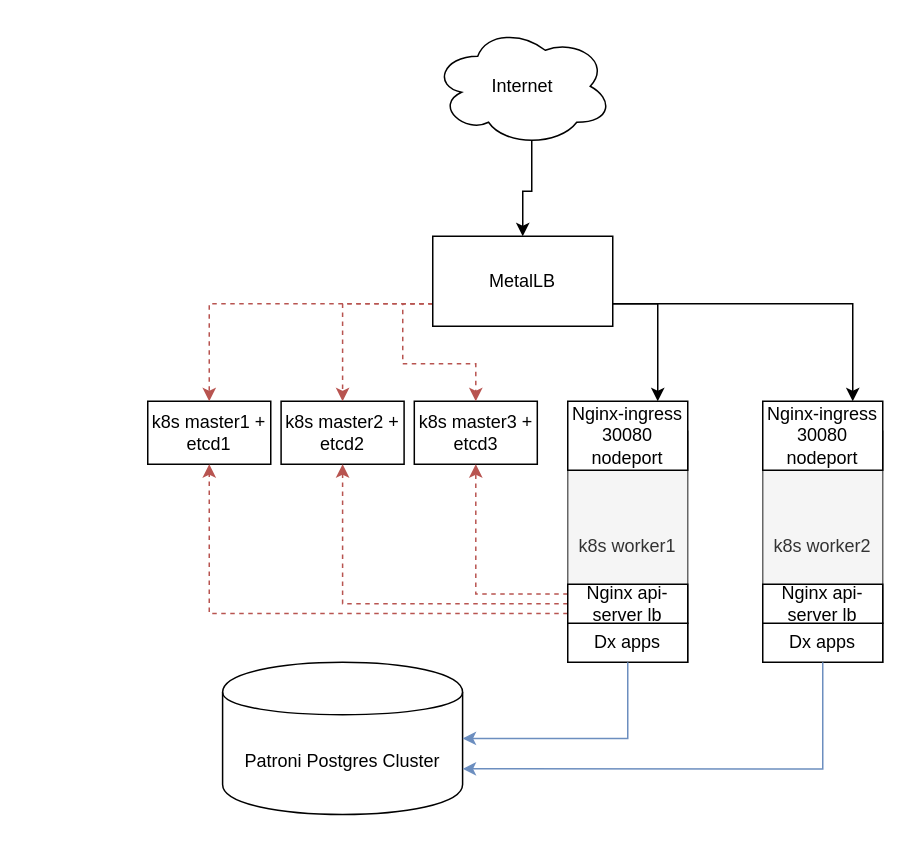
The draw.io diagram Future.drawio in kpbll/draw.io, before the edit. Source tidied: cells renumbered, new cells numbered last; positions are measured from the earlier drawing's top-left corner, leaving out a move shared by most shapes. Both pictures are drawn from the tidied source at 150%, with x=0, y=0 at pixel (147, 26).
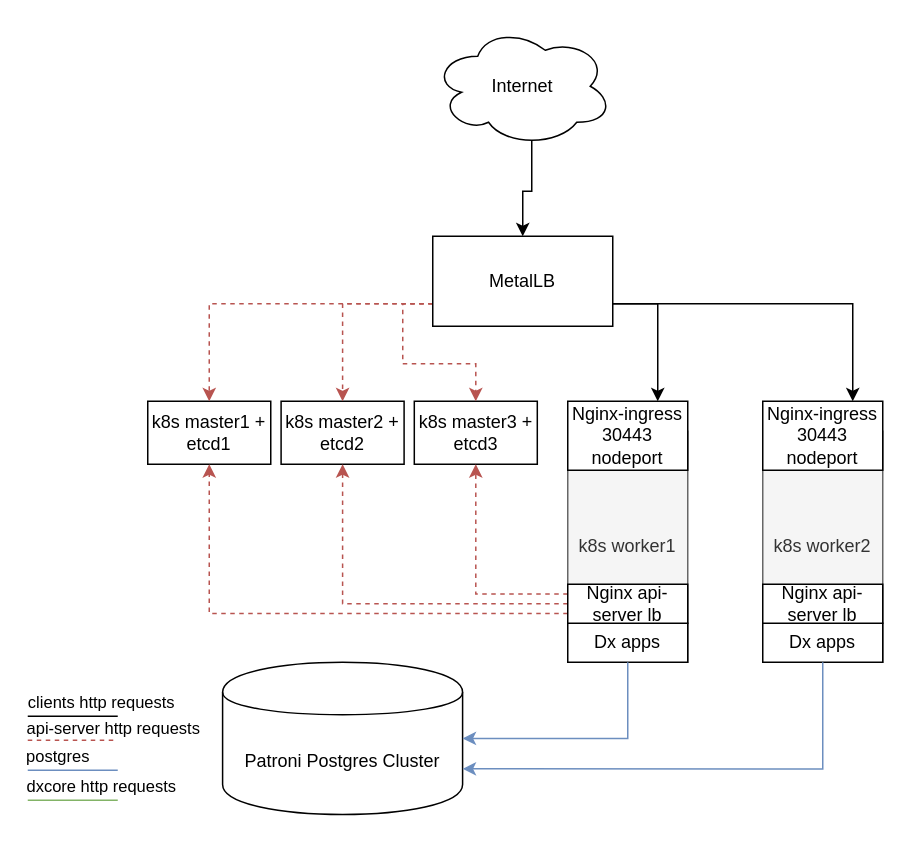
The same page after the edit.

Unchanged cells that the change refers to:
```xml
<mxCell id="11" style="group;" parent="1" vertex="1">
  <mxGeometry x="280" y="250" width="80" height="174" as="geometry" />
</mxCell>
<mxCell id="16" style="group;" parent="1" vertex="1">
  <mxGeometry x="410" y="250" width="80" height="174" as="geometry" />
</mxCell>
```

Change to the diagram source:
```diff
@@
-    <mxCell id="13" value="Nginx-ingress 30080 nodeport" style="rounded=0;whiteSpace=wrap;html=1;" parent="11" vertex="1">
+    <mxCell id="13" value="Nginx-ingress 30443 nodeport" style="rounded=0;whiteSpace=wrap;html=1;" parent="11" vertex="1">
       <mxGeometry width="80" height="46" as="geometry" />
     </mxCell>
@@
-    <mxCell id="18" value="Nginx-ingress 30080 nodeport" style="rounded=0;whiteSpace=wrap;html=1;" parent="16" vertex="1">
+    <mxCell id="18" value="Nginx-ingress 30443 nodeport" style="rounded=0;whiteSpace=wrap;html=1;" parent="16" vertex="1">
       <mxGeometry width="80" height="46" as="geometry" />
     </mxCell>
@@
+    <mxCell id="29" style="endArrow=none;html=1;fillColor=#f8cecc;strokeColor=#b85450;dashed=1;" parent="1" edge="1">
+      <mxGeometry relative="1" as="geometry">
+        <mxPoint x="-80" y="476" as="sourcePoint" />
+        <mxPoint x="-20" y="476" as="targetPoint" />
+      </mxGeometry>
+    </mxCell>
+    <mxCell id="30" value="api-server http requests" style="edgeLabel;html=1;align=center;verticalAlign=middle;" parent="29" vertex="1">
+      <mxGeometry x="0.15" y="-1" relative="1" as="geometry">
+        <mxPoint x="21" y="-10" as="offset" />
+      </mxGeometry>
+    </mxCell>
+    <mxCell id="31" style="endArrow=none;html=1;fillColor=#dae8fc;strokeColor=#6c8ebf;" parent="1" edge="1">
+      <mxGeometry relative="1" as="geometry">
+        <mxPoint x="-80" y="496" as="sourcePoint" />
+        <mxPoint x="-20" y="496" as="targetPoint" />
+      </mxGeometry>
+    </mxCell>
+    <mxCell id="32" value="postgres" style="edgeLabel;html=1;align=center;verticalAlign=middle;" parent="31" vertex="1">
+      <mxGeometry x="0.15" y="-1" relative="1" as="geometry">
+        <mxPoint x="-16" y="-11" as="offset" />
+      </mxGeometry>
+    </mxCell>
+    <mxCell id="33" style="endArrow=none;html=1;fillColor=#d5e8d4;strokeColor=#82b366;" parent="1" edge="1">
+      <mxGeometry relative="1" as="geometry">
+        <mxPoint x="-80" y="516" as="sourcePoint" />
+        <mxPoint x="-20" y="516" as="targetPoint" />
+      </mxGeometry>
+    </mxCell>
+    <mxCell id="34" value="dxcore http requests" style="edgeLabel;html=1;align=center;verticalAlign=middle;" parent="33" vertex="1">
+      <mxGeometry x="0.15" y="-1" relative="1" as="geometry">
+        <mxPoint x="13" y="-11" as="offset" />
+      </mxGeometry>
+    </mxCell>
+    <mxCell id="35" style="endArrow=none;html=1;" parent="1" edge="1">
+      <mxGeometry relative="1" as="geometry">
+        <mxPoint x="-80" y="460" as="sourcePoint" />
+        <mxPoint x="-20" y="460" as="targetPoint" />
+      </mxGeometry>
+    </mxCell>
+    <mxCell id="36" value="clients http requests" style="edgeLabel;html=1;align=center;verticalAlign=middle;" parent="35" vertex="1">
+      <mxGeometry x="0.15" y="-1" relative="1" as="geometry">
+        <mxPoint x="13" y="-11" as="offset" />
+      </mxGeometry>
+    </mxCell>
```
